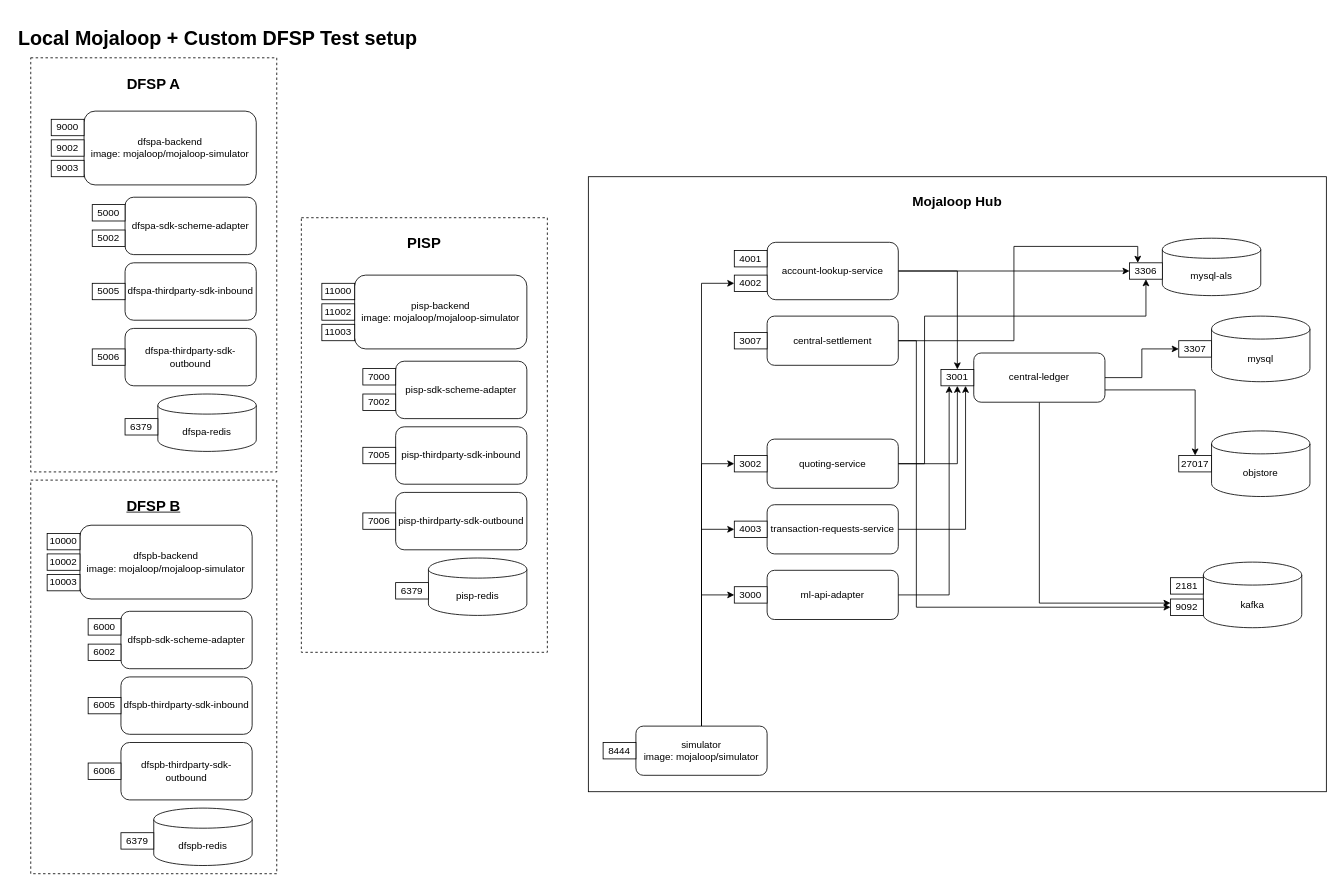
This is docker-local/components_layout.drawio from mojaloop/pisp-project, a draw.io file, before an edit. Source tidied: cells renumbered, new cells numbered last; positions are measured from the earlier drawing's top-left corner, leaving out a move shared by most shapes. Both pictures are drawn from the tidied source at 82%, with x=0, y=0 at pixel (14, 22).
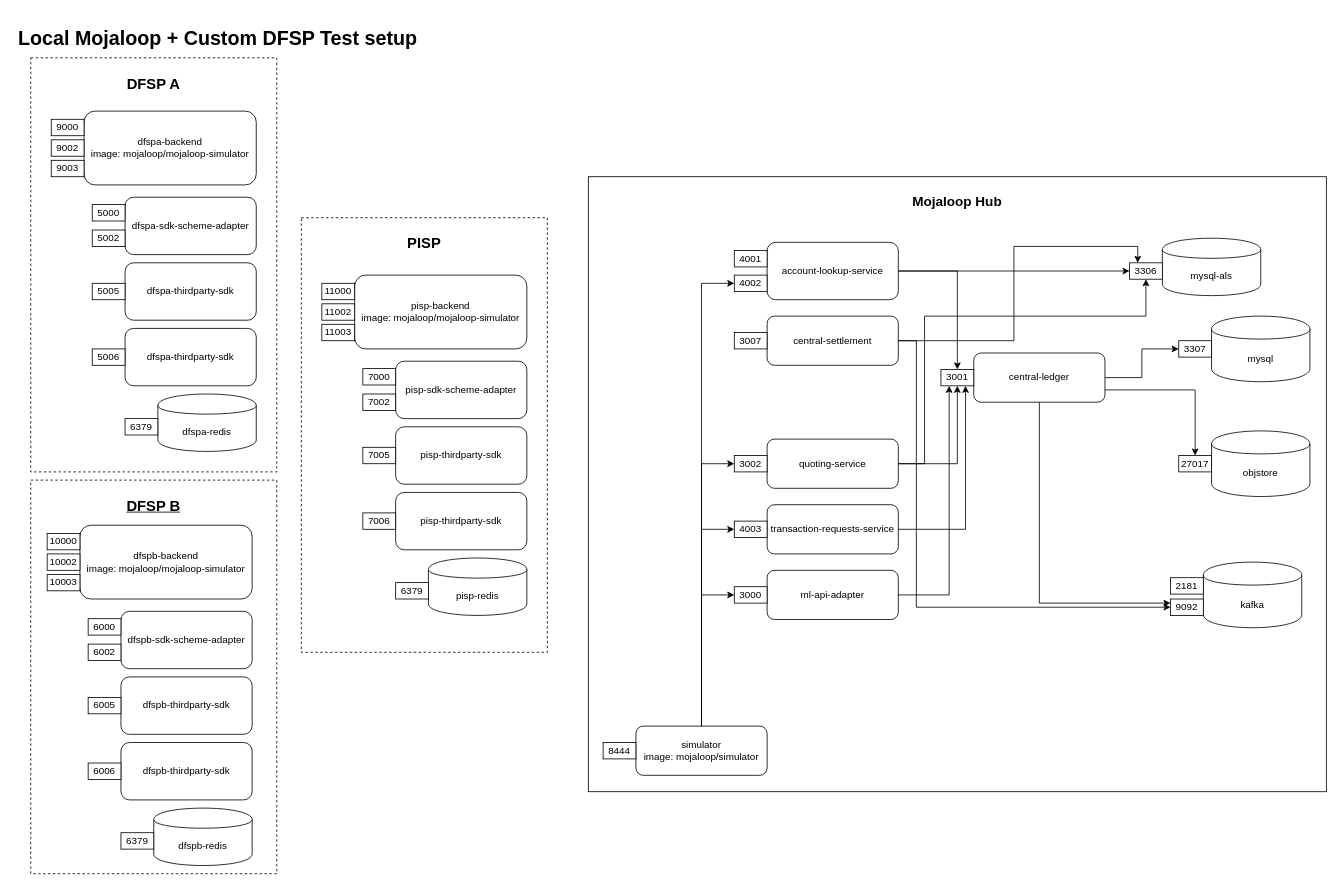
The same diagram, later.

The change refers to these unchanged cells:
```xml
<mxCell id="48" style="group;" parent="35" vertex="1">
  <mxGeometry x="75" y="200" width="200" height="70" as="geometry" />
</mxCell>
<mxCell id="51" style="group;" parent="35" vertex="1">
  <mxGeometry x="75" y="280" width="200" height="70" as="geometry" />
</mxCell>
<mxCell id="84" style="group;" parent="71" vertex="1">
  <mxGeometry x="75" y="255" width="200" height="70" as="geometry" />
</mxCell>
<mxCell id="87" style="group;" parent="71" vertex="1">
  <mxGeometry x="75" y="335" width="200" height="70" as="geometry" />
</mxCell>
<mxCell id="105" style="group;" parent="1" vertex="1">
  <mxGeometry x="90" y="798" width="200" height="70" as="geometry" />
</mxCell>
<mxCell id="108" style="group;" parent="1" vertex="1">
  <mxGeometry x="90" y="878" width="200" height="70" as="geometry" />
</mxCell>
```

Change to the diagram source:
```diff
@@
-    <mxCell id="49" value="dfspa-thirdparty-sdk-inbound" style="rounded=1;whiteSpace=wrap;html=1;align=center;fontStyle=0;" parent="48" vertex="1">
+    <mxCell id="49" value="dfspa-thirdparty-sdk" style="rounded=1;whiteSpace=wrap;html=1;align=center;fontStyle=0;" parent="48" vertex="1">
       <mxGeometry x="40" width="160" height="70" as="geometry" />
     </mxCell>
@@
-    <mxCell id="52" value="dfspa-thirdparty-sdk-outbound" style="rounded=1;whiteSpace=wrap;html=1;align=center;fontStyle=0;" parent="51" vertex="1">
+    <mxCell id="52" value="dfspa-thirdparty-sdk" style="rounded=1;whiteSpace=wrap;html=1;align=center;fontStyle=0;" parent="51" vertex="1">
       <mxGeometry x="40" width="160" height="70" as="geometry" />
     </mxCell>
@@
-    <mxCell id="85" value="pisp-thirdparty-sdk-inbound" style="rounded=1;whiteSpace=wrap;html=1;align=center;fontStyle=0;" parent="84" vertex="1">
+    <mxCell id="85" value="pisp-thirdparty-sdk" style="rounded=1;whiteSpace=wrap;html=1;align=center;fontStyle=0;" parent="84" vertex="1">
       <mxGeometry x="40" width="160" height="70" as="geometry" />
     </mxCell>
@@
-    <mxCell id="88" value="pisp-thirdparty-sdk-outbound" style="rounded=1;whiteSpace=wrap;html=1;align=center;fontStyle=0;" parent="87" vertex="1">
+    <mxCell id="88" value="pisp-thirdparty-sdk" style="rounded=1;whiteSpace=wrap;html=1;align=center;fontStyle=0;" parent="87" vertex="1">
       <mxGeometry x="40" width="160" height="70" as="geometry" />
     </mxCell>
@@
-    <mxCell id="106" value="dfspb-thirdparty-sdk-inbound" style="rounded=1;whiteSpace=wrap;html=1;align=center;fontStyle=0;" parent="105" vertex="1">
+    <mxCell id="106" value="dfspb-thirdparty-sdk" style="rounded=1;whiteSpace=wrap;html=1;align=center;fontStyle=0;" parent="105" vertex="1">
       <mxGeometry x="40" width="160" height="70" as="geometry" />
     </mxCell>
@@
-    <mxCell id="109" value="dfspb-thirdparty-sdk-outbound" style="rounded=1;whiteSpace=wrap;html=1;align=center;fontStyle=0;" parent="108" vertex="1">
+    <mxCell id="109" value="dfspb-thirdparty-sdk" style="rounded=1;whiteSpace=wrap;html=1;align=center;fontStyle=0;" parent="108" vertex="1">
       <mxGeometry x="40" width="160" height="70" as="geometry" />
     </mxCell>
```
